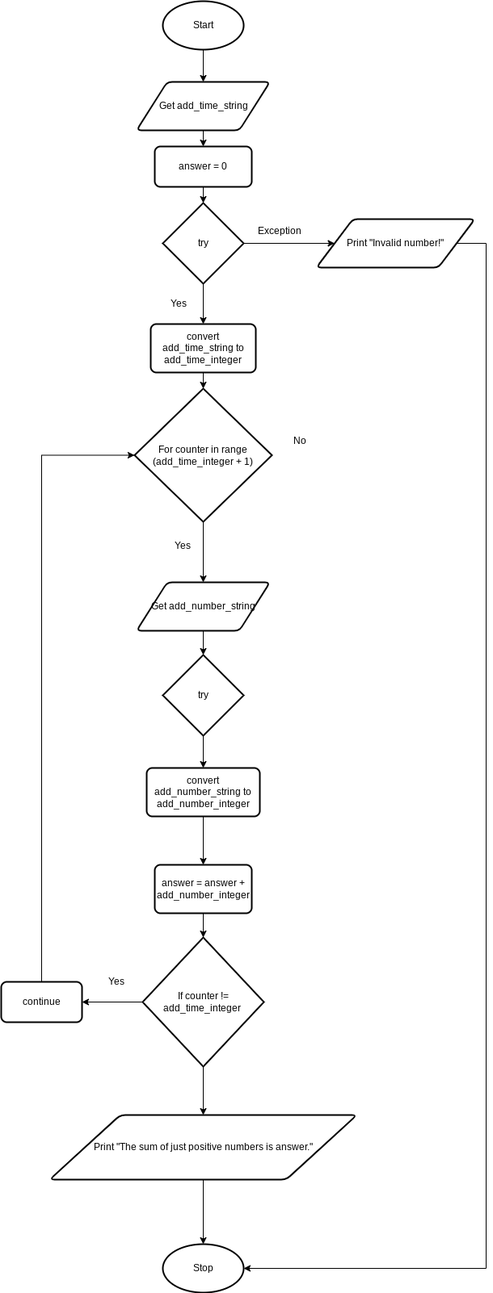
Above: design.add_loop.flowchart.png in Yiyun-Qin/ICS3U-Unit4-05-Python (draw.io), before the change. Source tidied: cells renumbered, new cells last; positions are measured from the earlier drawing's top-left corner, leaving out a move shared by most shapes.
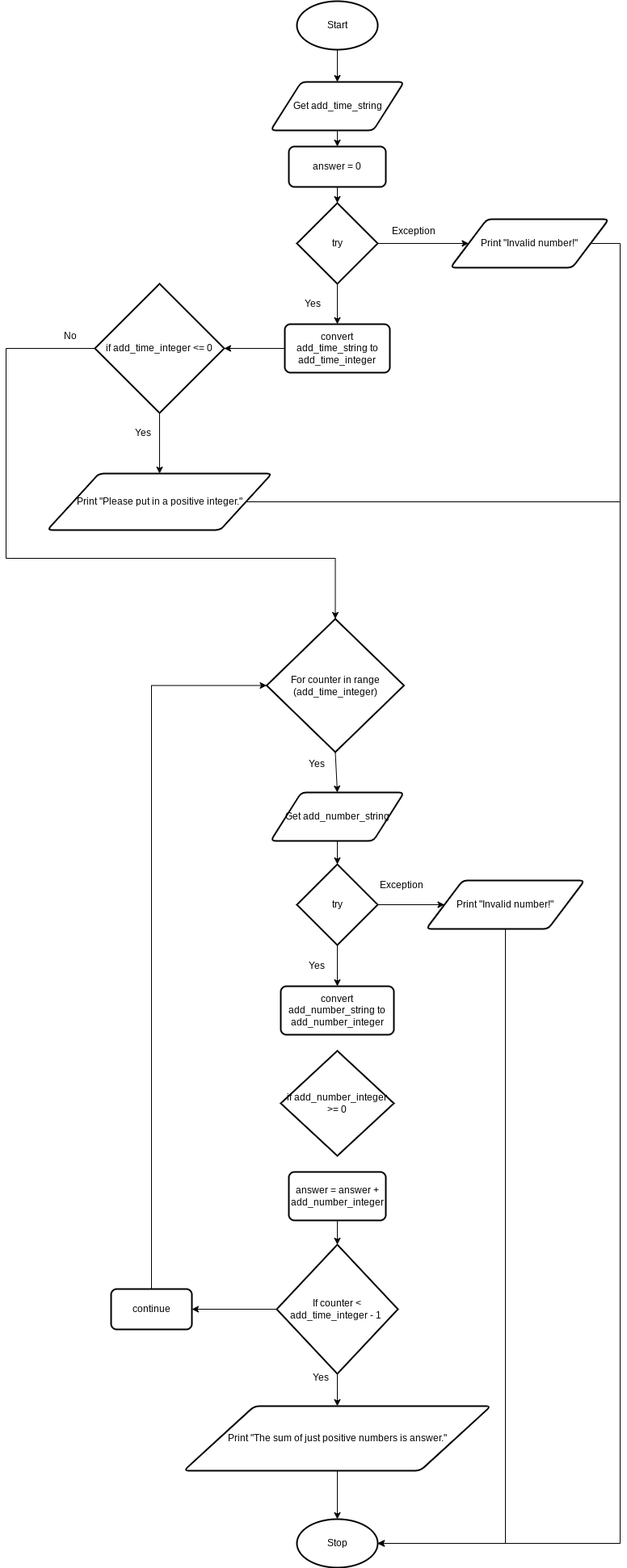
Above is the later version.

Diff of the diagram source:
```diff
@@ -15,14 +15,11 @@
       <mxGeometry x="167.5" y="100" width="165" height="60" as="geometry" />
     </mxCell>
     <mxCell id="6" value="Stop" style="strokeWidth=2;html=1;shape=mxgraph.flowchart.start_1;whiteSpace=wrap;" parent="1" vertex="1">
-      <mxGeometry x="200" y="1540" width="100" height="60" as="geometry" />
+      <mxGeometry x="200" y="1880" width="100" height="60" as="geometry" />
     </mxCell>
     <mxCell id="7" value="Yes" style="text;html=1;strokeColor=none;fillColor=none;align=center;verticalAlign=middle;whiteSpace=wrap;rounded=0;" parent="1" vertex="1">
       <mxGeometry x="190" y="360" width="60" height="30" as="geometry" />
     </mxCell>
-    <mxCell id="8" value="No" style="text;html=1;strokeColor=none;fillColor=none;align=center;verticalAlign=middle;whiteSpace=wrap;rounded=0;" parent="1" vertex="1">
-      <mxGeometry x="340" y="530" width="60" height="30" as="geometry" />
-    </mxCell>
     <mxCell id="9" style="edgeStyle=none;html=1;exitX=0.5;exitY=1;exitDx=0;exitDy=0;exitPerimeter=0;entryX=0.5;entryY=0;entryDx=0;entryDy=0;" parent="1" edge="1" source="11" target="13">
       <mxGeometry relative="1" as="geometry" />
     </mxCell>
@@ -32,9 +29,9 @@
     <mxCell id="11" value="try" style="strokeWidth=2;html=1;shape=mxgraph.flowchart.decision;whiteSpace=wrap;" parent="1" vertex="1">
       <mxGeometry x="200" y="250" width="100" height="100" as="geometry" />
     </mxCell>
-    <mxCell id="12" style="edgeStyle=none;html=1;exitX=0.5;exitY=1;exitDx=0;exitDy=0;entryX=0.5;entryY=0;entryDx=0;entryDy=0;entryPerimeter=0;" parent="1" edge="1" source="13" target="18">
-      <mxGeometry relative="1" as="geometry" />
-    </mxCell>
+    <mxCell id="38" style="edgeStyle=orthogonalEdgeStyle;rounded=0;html=1;exitX=0;exitY=0.5;exitDx=0;exitDy=0;entryX=1;entryY=0.5;entryDx=0;entryDy=0;entryPerimeter=0;" parent="1" edge="1" source="13" target="46">
+      <mxGeometry relative="1" as="geometry" />
+    </mxCell>
     <mxCell id="13" value="convert add_time_string to add_time_integer" style="rounded=1;whiteSpace=wrap;html=1;absoluteArcSize=1;arcSize=14;strokeWidth=2;" parent="1" vertex="1">
       <mxGeometry x="185" y="400" width="130" height="60" as="geometry" />
     </mxCell>
@@ -42,7 +39,7 @@
       <mxGeometry relative="1" as="geometry">
         <Array as="points">
           <mxPoint x="600" y="300" />
-          <mxPoint x="600" y="1570" />
+          <mxPoint x="600" y="1910" />
         </Array>
       </mxGeometry>
     </mxCell>
@@ -55,35 +52,35 @@
     <mxCell id="17" style="edgeStyle=none;html=1;exitX=0.5;exitY=1;exitDx=0;exitDy=0;exitPerimeter=0;entryX=0.5;entryY=0;entryDx=0;entryDy=0;" parent="1" edge="1" source="18" target="23">
       <mxGeometry relative="1" as="geometry" />
     </mxCell>
-    <mxCell id="18" value="For counter in range (add_time_integer + 1)" style="strokeWidth=2;html=1;shape=mxgraph.flowchart.decision;whiteSpace=wrap;" parent="1" vertex="1">
-      <mxGeometry x="165" y="480" width="170" height="165" as="geometry" />
+    <mxCell id="18" value="For counter in range (add_time_integer)" style="strokeWidth=2;html=1;shape=mxgraph.flowchart.decision;whiteSpace=wrap;" parent="1" vertex="1">
+      <mxGeometry x="162.5" y="765" width="170" height="165" as="geometry" />
     </mxCell>
     <mxCell id="19" value="Yes" style="text;html=1;strokeColor=none;fillColor=none;align=center;verticalAlign=middle;whiteSpace=wrap;rounded=0;" parent="1" vertex="1">
-      <mxGeometry x="200" y="660" width="50" height="30" as="geometry" />
+      <mxGeometry x="200" y="930" width="50" height="30" as="geometry" />
     </mxCell>
     <mxCell id="20" style="edgeStyle=orthogonalEdgeStyle;rounded=0;html=1;exitX=0.5;exitY=1;exitDx=0;exitDy=0;entryX=0.5;entryY=0;entryDx=0;entryDy=0;entryPerimeter=0;" parent="1" edge="1" source="21" target="6">
       <mxGeometry relative="1" as="geometry" />
     </mxCell>
     <mxCell id="21" value="Print &quot;The sum of just positive numbers is answer.&quot;" style="shape=parallelogram;html=1;strokeWidth=2;perimeter=parallelogramPerimeter;whiteSpace=wrap;rounded=1;arcSize=12;size=0.23;" parent="1" vertex="1">
-      <mxGeometry x="60" y="1380" width="380" height="80" as="geometry" />
+      <mxGeometry x="60" y="1740" width="380" height="80" as="geometry" />
     </mxCell>
     <mxCell id="22" style="edgeStyle=none;html=1;exitX=0.5;exitY=1;exitDx=0;exitDy=0;entryX=0.5;entryY=0;entryDx=0;entryDy=0;entryPerimeter=0;" parent="1" edge="1" source="23" target="25">
       <mxGeometry relative="1" as="geometry" />
     </mxCell>
     <mxCell id="23" value="Get add_number_string" style="shape=parallelogram;html=1;strokeWidth=2;perimeter=parallelogramPerimeter;whiteSpace=wrap;rounded=1;arcSize=12;size=0.23;" parent="1" vertex="1">
-      <mxGeometry x="167.5" y="720" width="165" height="60" as="geometry" />
+      <mxGeometry x="167.5" y="980" width="165" height="60" as="geometry" />
     </mxCell>
     <mxCell id="24" style="edgeStyle=none;html=1;exitX=0.5;exitY=1;exitDx=0;exitDy=0;exitPerimeter=0;entryX=0.5;entryY=0;entryDx=0;entryDy=0;" parent="1" edge="1" source="25" target="27">
       <mxGeometry relative="1" as="geometry" />
     </mxCell>
+    <mxCell id="39" style="edgeStyle=none;html=1;exitX=1;exitY=0.5;exitDx=0;exitDy=0;exitPerimeter=0;entryX=0;entryY=0.5;entryDx=0;entryDy=0;" parent="1" edge="1" source="25" target="42">
+      <mxGeometry relative="1" as="geometry" />
+    </mxCell>
     <mxCell id="25" value="try" style="strokeWidth=2;html=1;shape=mxgraph.flowchart.decision;whiteSpace=wrap;" parent="1" vertex="1">
-      <mxGeometry x="200" y="810" width="100" height="100" as="geometry" />
+      <mxGeometry x="200" y="1069" width="100" height="100" as="geometry" />
     </mxCell>
-    <mxCell id="26" style="edgeStyle=none;html=1;exitX=0.5;exitY=1;exitDx=0;exitDy=0;entryX=0.5;entryY=0;entryDx=0;entryDy=0;" parent="1" edge="1" source="27" target="31">
-      <mxGeometry relative="1" as="geometry" />
-    </mxCell>
     <mxCell id="27" value="convert add_number_string to add_number_integer" style="rounded=1;whiteSpace=wrap;html=1;absoluteArcSize=1;arcSize=14;strokeWidth=2;" parent="1" vertex="1">
-      <mxGeometry x="180" y="950" width="140" height="60" as="geometry" />
+      <mxGeometry x="180" y="1220" width="140" height="60" as="geometry" />
     </mxCell>
     <mxCell id="28" style="edgeStyle=none;html=1;exitX=0.5;exitY=1;exitDx=0;exitDy=0;entryX=0.5;entryY=0;entryDx=0;entryDy=0;entryPerimeter=0;" parent="1" edge="1" source="29" target="11">
       <mxGeometry relative="1" as="geometry" />
@@ -95,7 +92,7 @@
       <mxGeometry relative="1" as="geometry" />
     </mxCell>
     <mxCell id="31" value="answer = answer + add_number_integer" style="rounded=1;whiteSpace=wrap;html=1;absoluteArcSize=1;arcSize=14;strokeWidth=2;" parent="1" vertex="1">
-      <mxGeometry x="190" y="1070" width="120" height="60" as="geometry" />
+      <mxGeometry x="190" y="1450" width="120" height="60" as="geometry" />
     </mxCell>
     <mxCell id="32" style="edgeStyle=none;html=1;exitX=0;exitY=0.5;exitDx=0;exitDy=0;exitPerimeter=0;entryX=1;entryY=0.5;entryDx=0;entryDy=0;" parent="1" edge="1" source="34" target="36">
       <mxGeometry relative="1" as="geometry" />
@@ -103,17 +100,64 @@
     <mxCell id="33" style="edgeStyle=orthogonalEdgeStyle;rounded=0;html=1;exitX=0.5;exitY=1;exitDx=0;exitDy=0;exitPerimeter=0;entryX=0.5;entryY=0;entryDx=0;entryDy=0;" parent="1" edge="1" source="34" target="21">
       <mxGeometry relative="1" as="geometry" />
     </mxCell>
-    <mxCell id="34" value="If counter != add_time_integer&amp;nbsp;" style="strokeWidth=2;html=1;shape=mxgraph.flowchart.decision;whiteSpace=wrap;" parent="1" vertex="1">
-      <mxGeometry x="175" y="1160" width="150" height="160" as="geometry" />
+    <mxCell id="34" value="If counter &amp;lt; add_time_integer - 1&amp;nbsp;" style="strokeWidth=2;html=1;shape=mxgraph.flowchart.decision;whiteSpace=wrap;" parent="1" vertex="1">
+      <mxGeometry x="175" y="1540" width="150" height="160" as="geometry" />
     </mxCell>
     <mxCell id="35" style="edgeStyle=orthogonalEdgeStyle;html=1;exitX=0.5;exitY=0;exitDx=0;exitDy=0;entryX=0;entryY=0.5;entryDx=0;entryDy=0;entryPerimeter=0;rounded=0;" parent="1" edge="1" source="36" target="18">
       <mxGeometry relative="1" as="geometry" />
     </mxCell>
     <mxCell id="36" value="continue" style="rounded=1;whiteSpace=wrap;html=1;absoluteArcSize=1;arcSize=14;strokeWidth=2;" parent="1" vertex="1">
-      <mxGeometry y="1215" width="100" height="50" as="geometry" />
+      <mxGeometry x="-30" y="1595" width="100" height="50" as="geometry" />
     </mxCell>
     <mxCell id="37" value="Yes" style="text;html=1;strokeColor=none;fillColor=none;align=center;verticalAlign=middle;whiteSpace=wrap;rounded=0;" parent="1" vertex="1">
-      <mxGeometry x="117.5" y="1200" width="50" height="30" as="geometry" />
+      <mxGeometry x="205" y="1690" width="50" height="30" as="geometry" />
     </mxCell>
+    <mxCell id="40" value="Yes" style="text;html=1;strokeColor=none;fillColor=none;align=center;verticalAlign=middle;whiteSpace=wrap;rounded=0;" parent="1" vertex="1">
+      <mxGeometry x="195" y="1180" width="60" height="30" as="geometry" />
+    </mxCell>
+    <mxCell id="41" style="edgeStyle=orthogonalEdgeStyle;html=1;exitX=0.5;exitY=1;exitDx=0;exitDy=0;entryX=1;entryY=0.5;entryDx=0;entryDy=0;entryPerimeter=0;rounded=0;" parent="1" edge="1" source="42" target="6">
+      <mxGeometry relative="1" as="geometry" />
+    </mxCell>
+    <mxCell id="42" value="Print &quot;Invalid number!&quot;" style="shape=parallelogram;html=1;strokeWidth=2;perimeter=parallelogramPerimeter;whiteSpace=wrap;rounded=1;arcSize=12;size=0.23;" parent="1" vertex="1">
+      <mxGeometry x="360" y="1089" width="196" height="60" as="geometry" />
+    </mxCell>
+    <mxCell id="43" value="Exception" style="text;html=1;strokeColor=none;fillColor=none;align=center;verticalAlign=middle;whiteSpace=wrap;rounded=0;" parent="1" vertex="1">
+      <mxGeometry x="300" y="1080" width="60" height="30" as="geometry" />
+    </mxCell>
+    <mxCell id="44" style="edgeStyle=orthogonalEdgeStyle;rounded=0;html=1;exitX=0.5;exitY=1;exitDx=0;exitDy=0;exitPerimeter=0;entryX=0.5;entryY=0;entryDx=0;entryDy=0;" parent="1" edge="1" source="46" target="48">
+      <mxGeometry relative="1" as="geometry" />
+    </mxCell>
+    <mxCell id="45" style="edgeStyle=orthogonalEdgeStyle;rounded=0;html=1;exitX=0;exitY=0.5;exitDx=0;exitDy=0;exitPerimeter=0;entryX=0.5;entryY=0;entryDx=0;entryDy=0;entryPerimeter=0;" parent="1" edge="1" source="46" target="18">
+      <mxGeometry relative="1" as="geometry">
+        <Array as="points">
+          <mxPoint x="-160" y="430" />
+          <mxPoint x="-160" y="690" />
+          <mxPoint x="248" y="690" />
+        </Array>
+      </mxGeometry>
+    </mxCell>
+    <mxCell id="46" value="if add_time_integer &amp;lt;= 0" style="strokeWidth=2;html=1;shape=mxgraph.flowchart.decision;whiteSpace=wrap;" parent="1" vertex="1">
+      <mxGeometry x="-50" y="350" width="160" height="160" as="geometry" />
+    </mxCell>
+    <mxCell id="47" style="edgeStyle=orthogonalEdgeStyle;rounded=0;html=1;exitX=1;exitY=0.5;exitDx=0;exitDy=0;entryX=1;entryY=0.5;entryDx=0;entryDy=0;entryPerimeter=0;" parent="1" edge="1" source="48" target="6">
+      <mxGeometry relative="1" as="geometry">
+        <Array as="points">
+          <mxPoint x="600" y="620" />
+          <mxPoint x="600" y="1910" />
+        </Array>
+      </mxGeometry>
+    </mxCell>
+    <mxCell id="48" value="Print &quot;Please put in a positive integer.&quot;" style="shape=parallelogram;html=1;strokeWidth=2;perimeter=parallelogramPerimeter;whiteSpace=wrap;rounded=1;arcSize=12;size=0.23;" parent="1" vertex="1">
+      <mxGeometry x="-109" y="585" width="278" height="70" as="geometry" />
+    </mxCell>
+    <mxCell id="49" value="Yes" style="text;html=1;strokeColor=none;fillColor=none;align=center;verticalAlign=middle;whiteSpace=wrap;rounded=0;" parent="1" vertex="1">
+      <mxGeometry x="-20" y="520" width="60" height="30" as="geometry" />
+    </mxCell>
+    <mxCell id="8" value="No" style="text;html=1;strokeColor=none;fillColor=none;align=center;verticalAlign=middle;whiteSpace=wrap;rounded=0;" parent="1" vertex="1">
+      <mxGeometry x="-110" y="400" width="60" height="30" as="geometry" />
+    </mxCell>
+    <mxCell id="50" value="if add_number_integer &amp;gt;= 0" style="strokeWidth=2;html=1;shape=mxgraph.flowchart.decision;whiteSpace=wrap;" parent="1" vertex="1">
+      <mxGeometry x="180" y="1300" width="140" height="130" as="geometry" />
+    </mxCell>
   </root>
 </mxGraphModel>
```
